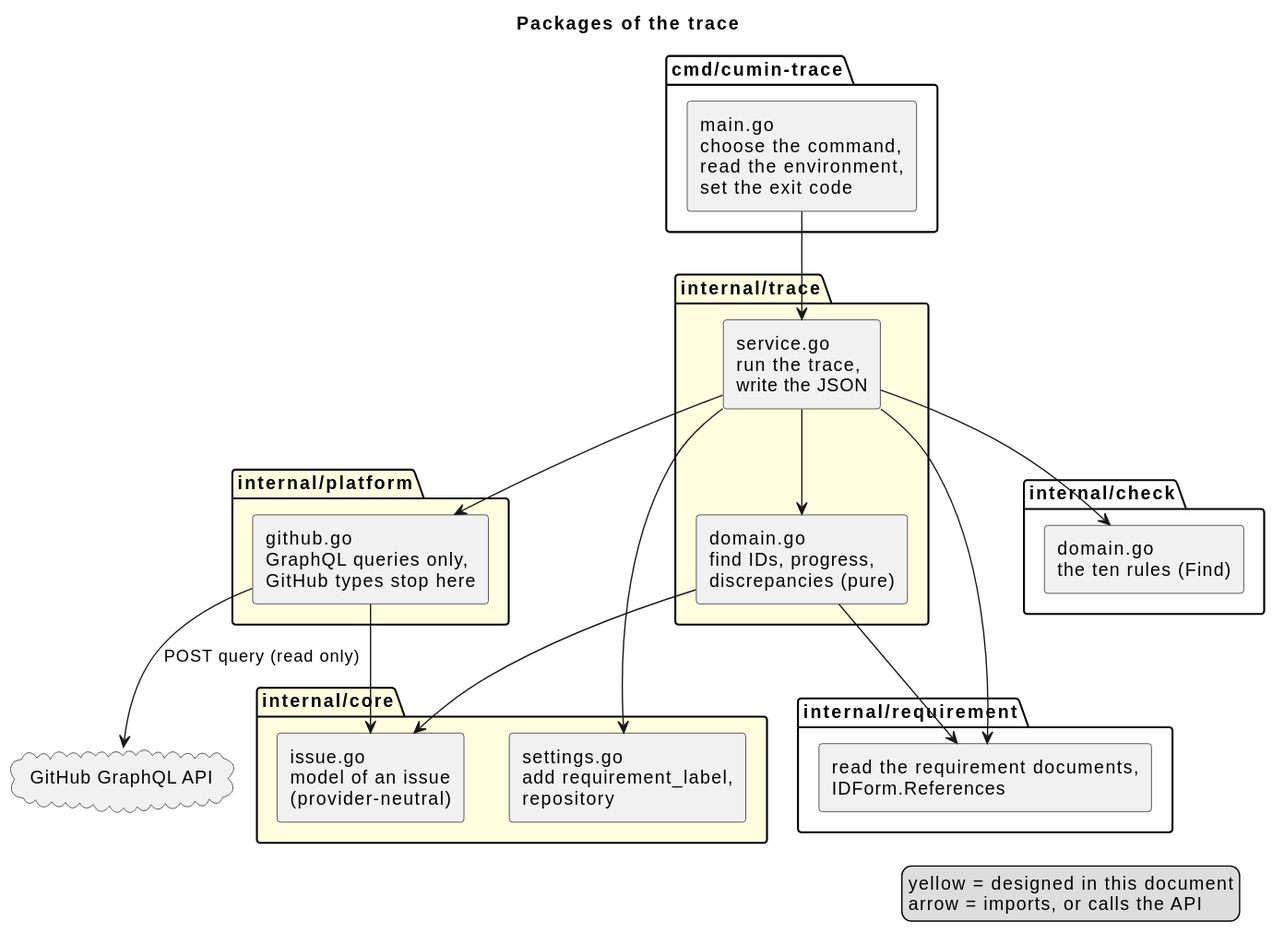
The PlantUML diagram docs/ja/designs/trace/trace-packages.svg in cloveclovedev/cumin-trace, before a commit.
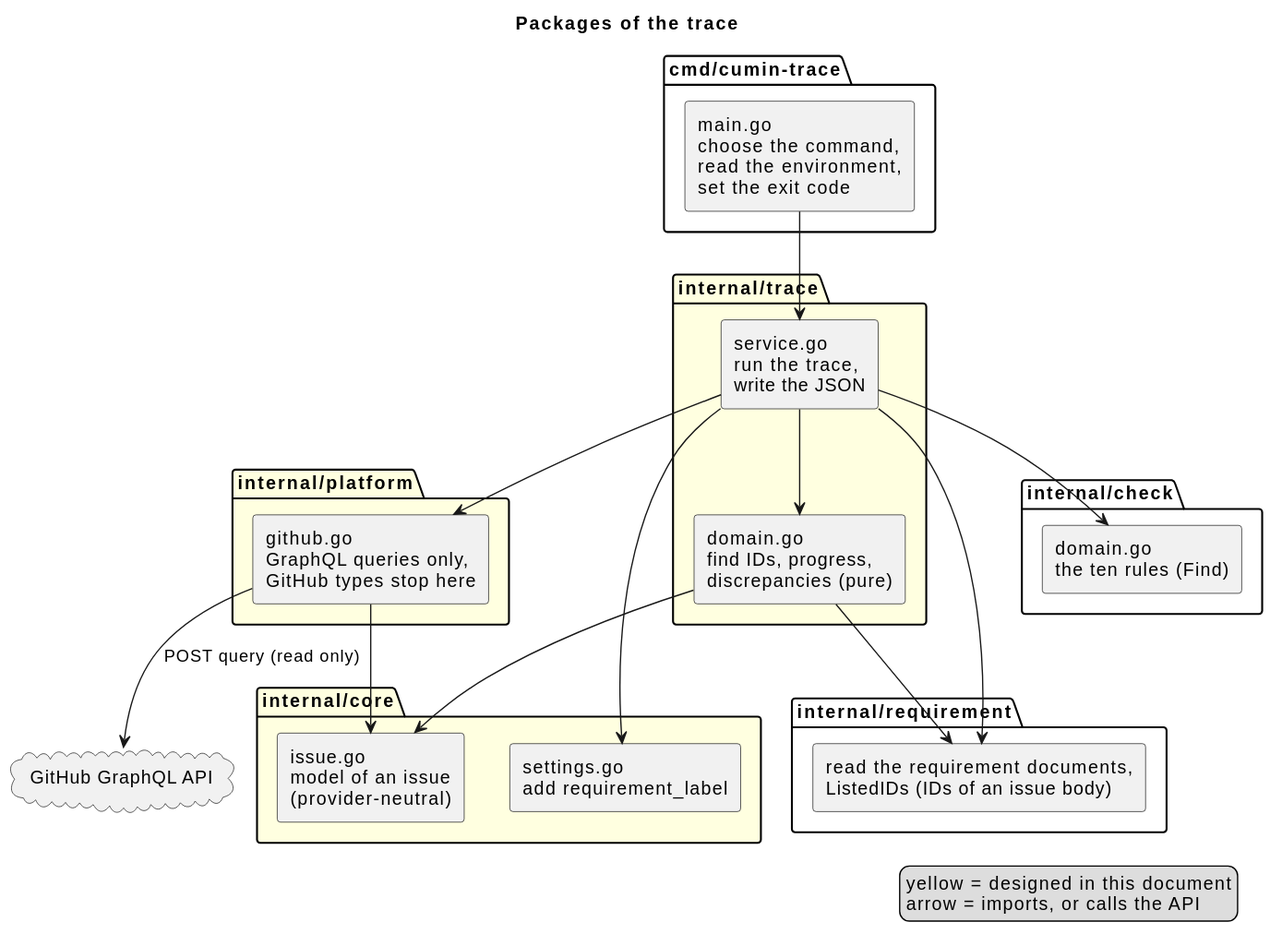
The same file after the commit.

Commit message:
docs(designs): read IDs from the Requirements section and the repository from the environment

Diff of the diagram source:
```diff
@@ -18,7 +18,7 @@
 
 package "internal/core" #LightYellow {
   [issue.go\nmodel of an issue\n(provider-neutral)] as issue
-  [settings.go\nadd requirement_label,\nrepository] as settings
+  [settings.go\nadd requirement_label] as settings
 }
 
 package "internal/check" {
@@ -26,7 +26,7 @@
 }
 
 package "internal/requirement" {
-  [read the requirement documents,\nIDForm.References] as requirement
+  [read the requirement documents,\nListedIDs (IDs of an issue body)] as requirement
 }
 
 cloud "GitHub GraphQL API" as api
```
